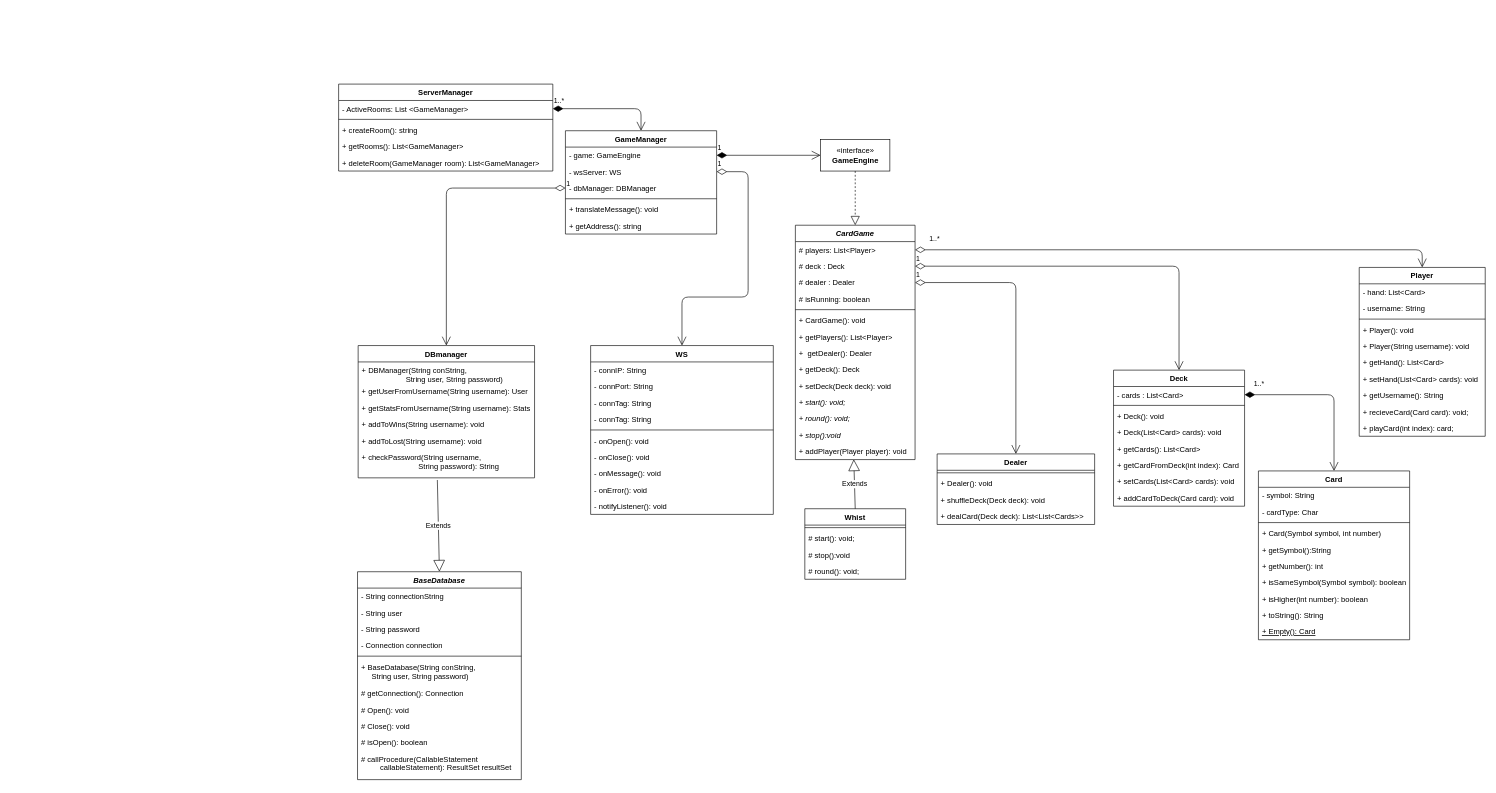
Above: Dokumentation/KlasseDiagram.drawio in MarcusBou/KortKlubben (draw.io), before the change. Source tidied: cells renumbered, new cells numbered last; positions are measured from the earlier drawing's top-left corner, leaving out a move shared by most shapes. Both pictures are drawn from the tidied source at 63%, with x=0, y=0 at pixel (338, 84).
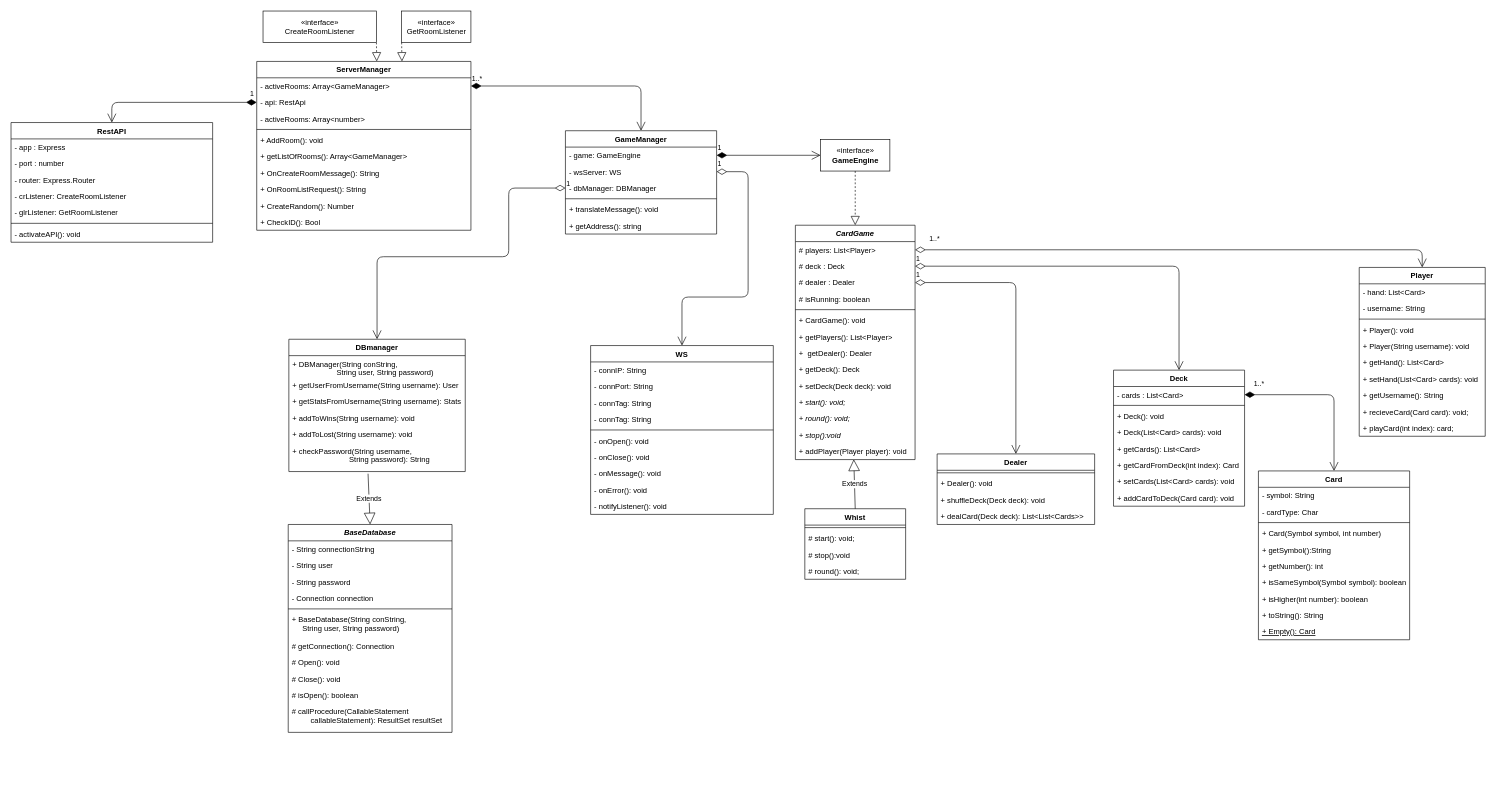
After the change.

Unchanged cells that the change refers to:
```xml
<mxCell id="59" value="GameManager" style="swimlane;fontStyle=1;align=center;verticalAlign=top;horizontal=1;startSize=26;" parent="1" vertex="1">
  <mxGeometry x="360" y="74" width="240" height="164" as="geometry" />
</mxCell>
<mxCell id="62" value="- dbManager: DBManager" style="text;strokeColor=none;fillColor=none;align=left;verticalAlign=top;spacingLeft=4;spacingRight=4;overflow=hidden;points=[[0,0.5],[1,0.5]];portConstraint=eastwest;" parent="59" vertex="1">
  <mxGeometry y="78" width="240" height="26" as="geometry" />
</mxCell>
```

Change to the diagram source:
```diff
@@
     <mxCell id="77" value="ServerManager" style="swimlane;fontStyle=1;align=center;verticalAlign=top;horizontal=1;startSize=26;" parent="1" vertex="1">
-      <mxGeometry width="340" height="138" as="geometry" />
+      <mxGeometry x="-130" y="-36" width="340" height="268" as="geometry" />
     </mxCell>
+    <mxCell id="113" value="- activeRooms: Array&lt;GameManager&gt;" style="text;strokeColor=none;fillColor=none;align=left;verticalAlign=top;spacingLeft=4;spacingRight=4;overflow=hidden;points=[[0,0.5],[1,0.5]];portConstraint=eastwest;" parent="77" vertex="1">
+      <mxGeometry y="26" width="340" height="26" as="geometry" />
+    </mxCell>
+    <mxCell id="114" value="- api: RestApi" style="text;strokeColor=none;fillColor=none;align=left;verticalAlign=top;spacingLeft=4;spacingRight=4;overflow=hidden;points=[[0,0.5],[1,0.5]];portConstraint=eastwest;" parent="77" vertex="1">
+      <mxGeometry y="52" width="340" height="26" as="geometry" />
+    </mxCell>
-    <mxCell id="78" value="- ActiveRooms: List &lt;GameManager&gt;" style="text;strokeColor=none;fillColor=none;align=left;verticalAlign=top;spacingLeft=4;spacingRight=4;overflow=hidden;points=[[0,0.5],[1,0.5]];portConstraint=eastwest;" parent="77" vertex="1">
-      <mxGeometry y="26" width="340" height="26" as="geometry" />
+    <mxCell id="78" value="- activeRooms: Array&lt;number&gt;" style="text;strokeColor=none;fillColor=none;align=left;verticalAlign=top;spacingLeft=4;spacingRight=4;overflow=hidden;points=[[0,0.5],[1,0.5]];portConstraint=eastwest;" parent="77" vertex="1">
+      <mxGeometry y="78" width="340" height="26" as="geometry" />
     </mxCell>
     <mxCell id="79" style="line;strokeWidth=1;fillColor=none;align=left;verticalAlign=middle;spacingTop=-1;spacingLeft=3;spacingRight=3;labelPosition=right;" parent="77" vertex="1">
-      <mxGeometry y="52" width="340" height="8" as="geometry" />
+      <mxGeometry y="104" width="340" height="8" as="geometry" />
     </mxCell>
-    <mxCell id="80" value="+ createRoom(): string" style="text;strokeColor=none;fillColor=none;align=left;verticalAlign=top;spacingLeft=4;spacingRight=4;overflow=hidden;" parent="77" vertex="1">
-      <mxGeometry y="60" width="340" height="26" as="geometry" />
+    <mxCell id="80" value="+ AddRoom(): void" style="text;strokeColor=none;fillColor=none;align=left;verticalAlign=top;spacingLeft=4;spacingRight=4;overflow=hidden;" parent="77" vertex="1">
+      <mxGeometry y="112" width="340" height="26" as="geometry" />
     </mxCell>
-    <mxCell id="81" value="+ getRooms(): List&lt;GameManager&gt;" style="text;strokeColor=none;fillColor=none;align=left;verticalAlign=top;spacingLeft=4;spacingRight=4;overflow=hidden;" parent="77" vertex="1">
-      <mxGeometry y="86" width="340" height="26" as="geometry" />
+    <mxCell id="81" value="+ getListOfRooms(): Array&lt;GameManager&gt;" style="text;strokeColor=none;fillColor=none;align=left;verticalAlign=top;spacingLeft=4;spacingRight=4;overflow=hidden;" parent="77" vertex="1">
+      <mxGeometry y="138" width="340" height="26" as="geometry" />
     </mxCell>
-    <mxCell id="82" value="+ deleteRoom(GameManager room): List&lt;GameManager&gt;" style="text;strokeColor=none;fillColor=none;align=left;verticalAlign=top;spacingLeft=4;spacingRight=4;overflow=hidden;" parent="77" vertex="1">
-      <mxGeometry y="112" width="340" height="26" as="geometry" />
+    <mxCell id="82" value="+ OnCreateRoomMessage(): String" style="text;strokeColor=none;fillColor=none;align=left;verticalAlign=top;spacingLeft=4;spacingRight=4;overflow=hidden;" parent="77" vertex="1">
+      <mxGeometry y="164" width="340" height="26" as="geometry" />
     </mxCell>
+    <mxCell id="115" value="+ OnRoomListRequest(): String" style="text;strokeColor=none;fillColor=none;align=left;verticalAlign=top;spacingLeft=4;spacingRight=4;overflow=hidden;" parent="77" vertex="1">
+      <mxGeometry y="190" width="340" height="26" as="geometry" />
+    </mxCell>
+    <mxCell id="116" value="+ CreateRandom(): Number     " style="text;strokeColor=none;fillColor=none;align=left;verticalAlign=top;spacingLeft=4;spacingRight=4;overflow=hidden;" parent="77" vertex="1">
+      <mxGeometry y="216" width="340" height="26" as="geometry" />
+    </mxCell>
+    <mxCell id="117" value="+ CheckID(): Bool" style="text;strokeColor=none;fillColor=none;align=left;verticalAlign=top;spacingLeft=4;spacingRight=4;overflow=hidden;" parent="77" vertex="1">
+      <mxGeometry y="242" width="340" height="26" as="geometry" />
+    </mxCell>
     <mxCell id="83" value="DBmanager" style="swimlane;fontStyle=1;align=center;verticalAlign=top;horizontal=1;startSize=26;" parent="1" vertex="1">
-      <mxGeometry x="31" y="415" width="280" height="210" as="geometry" />
+      <mxGeometry x="-79" y="405" width="280" height="210" as="geometry" />
     </mxCell>
@@
-    <mxCell id="95" value="1..*" style="endArrow=open;html=1;endSize=12;startArrow=diamondThin;startSize=14;startFill=1;edgeStyle=orthogonalEdgeStyle;align=left;verticalAlign=bottom;exitX=1;exitY=0.5;exitDx=0;exitDy=0;entryX=0.5;entryY=0;entryDx=0;entryDy=0;" parent="1" edge="1" source="78" target="59">
+    <mxCell id="95" value="1..*" style="endArrow=open;html=1;endSize=12;startArrow=diamondThin;startSize=14;startFill=1;edgeStyle=orthogonalEdgeStyle;align=left;verticalAlign=bottom;exitX=1;exitY=0.5;exitDx=0;exitDy=0;entryX=0.5;entryY=0;entryDx=0;entryDy=0;" parent="1" edge="1" source="113" target="59">
       <mxGeometry x="-1" y="3" relative="1" as="geometry" />
     </mxCell>
@@
     <mxCell id="97" value="1" style="endArrow=open;html=1;endSize=12;startArrow=diamondThin;startSize=14;startFill=0;edgeStyle=orthogonalEdgeStyle;align=left;verticalAlign=bottom;exitX=0;exitY=0.5;exitDx=0;exitDy=0;entryX=0.5;entryY=0;entryDx=0;entryDy=0;" parent="1" edge="1" source="62" target="83">
-      <mxGeometry x="-1" y="3" relative="1" as="geometry" />
+      <mxGeometry x="-1" y="3" relative="1" as="geometry">
+        <Array as="points">
+          <mxPoint x="270" y="165" />
+          <mxPoint x="270" y="274" />
+          <mxPoint x="61" y="274" />
+        </Array>
+      </mxGeometry>
     </mxCell>
     <mxCell id="98" value="BaseDatabase" style="swimlane;fontStyle=3;align=center;verticalAlign=top;horizontal=1;startSize=26;" parent="1" vertex="1">
-      <mxGeometry x="30" y="774" width="260" height="330" as="geometry" />
+      <mxGeometry x="-80" y="699" width="260" height="330" as="geometry" />
     </mxCell>
@@
+    <mxCell id="118" value="RestAPI" style="swimlane;fontStyle=1;align=center;verticalAlign=top;horizontal=1;startSize=26;" parent="1" vertex="1">
+      <mxGeometry x="-520" y="61" width="320" height="190" as="geometry" />
+    </mxCell>
+    <mxCell id="119" value="- app : Express" style="text;strokeColor=none;fillColor=none;align=left;verticalAlign=top;spacingLeft=4;spacingRight=4;overflow=hidden;" parent="118" vertex="1">
+      <mxGeometry y="26" width="320" height="26" as="geometry" />
+    </mxCell>
+    <mxCell id="120" value="- port : number" style="text;strokeColor=none;fillColor=none;align=left;verticalAlign=top;spacingLeft=4;spacingRight=4;overflow=hidden;" parent="118" vertex="1">
+      <mxGeometry y="52" width="320" height="26" as="geometry" />
+    </mxCell>
+    <mxCell id="121" value="- router: Express.Router" style="text;strokeColor=none;fillColor=none;align=left;verticalAlign=top;spacingLeft=4;spacingRight=4;overflow=hidden;" parent="118" vertex="1">
+      <mxGeometry y="78" width="320" height="26" as="geometry" />
+    </mxCell>
+    <mxCell id="122" value="- crListener: CreateRoomListener" style="text;strokeColor=none;fillColor=none;align=left;verticalAlign=top;spacingLeft=4;spacingRight=4;overflow=hidden;" parent="118" vertex="1">
+      <mxGeometry y="104" width="320" height="26" as="geometry" />
+    </mxCell>
+    <mxCell id="123" value="- glrListener: GetRoomListener" style="text;strokeColor=none;fillColor=none;align=left;verticalAlign=top;spacingLeft=4;spacingRight=4;overflow=hidden;" parent="118" vertex="1">
+      <mxGeometry y="130" width="320" height="26" as="geometry" />
+    </mxCell>
+    <mxCell id="124" style="line;strokeWidth=1;fillColor=none;align=left;verticalAlign=middle;spacingTop=-1;spacingLeft=3;spacingRight=3;labelPosition=right;" parent="118" vertex="1">
+      <mxGeometry y="156" width="320" height="8" as="geometry" />
+    </mxCell>
+    <mxCell id="125" value="- activateAPI(): void" style="text;strokeColor=none;fillColor=none;align=left;verticalAlign=top;spacingLeft=4;spacingRight=4;overflow=hidden;" parent="118" vertex="1">
+      <mxGeometry y="164" width="320" height="26" as="geometry" />
+    </mxCell>
+    <mxCell id="126" value="1" style="endArrow=open;html=1;endSize=12;startArrow=diamondThin;startSize=14;startFill=1;edgeStyle=orthogonalEdgeStyle;align=left;verticalAlign=bottom;exitX=0;exitY=0.5;exitDx=0;exitDy=0;entryX=0.5;entryY=0;entryDx=0;entryDy=0;" parent="1" edge="1" source="114" target="118">
+      <mxGeometry x="-0.91" y="-5" relative="1" as="geometry" />
+    </mxCell>
+    <mxCell id="127" value="«interface»&lt;br&gt;&lt;span style=&quot;text-align: left&quot;&gt;CreateRoomListener&lt;/span&gt;" style="html=1;" parent="1" vertex="1">
+      <mxGeometry x="-120" y="-116" width="180" height="50" as="geometry" />
+    </mxCell>
+    <mxCell id="128" value="«interface»&lt;br&gt;&lt;span style=&quot;text-align: left&quot;&gt;GetRoomListener&lt;/span&gt;" style="html=1;" parent="1" vertex="1">
+      <mxGeometry x="100" y="-116" width="110" height="50" as="geometry" />
+    </mxCell>
+    <mxCell id="129" style="endArrow=block;dashed=1;endFill=0;endSize=12;html=1;exitX=0;exitY=1;exitDx=0;exitDy=0;entryX=0.678;entryY=0;entryDx=0;entryDy=0;entryPerimeter=0;" parent="1" edge="1" source="128" target="77">
+      <mxGeometry relative="1" as="geometry" />
+    </mxCell>
+    <mxCell id="130" style="endArrow=block;dashed=1;endFill=0;endSize=12;html=1;exitX=0;exitY=1;exitDx=0;exitDy=0;entryX=0.678;entryY=0;entryDx=0;entryDy=0;entryPerimeter=0;" parent="1" edge="1">
+      <mxGeometry relative="1" as="geometry">
+        <mxPoint x="60" y="-66" as="sourcePoint" />
+        <mxPoint x="60.5" y="-36" as="targetPoint" />
+      </mxGeometry>
+    </mxCell>
```
